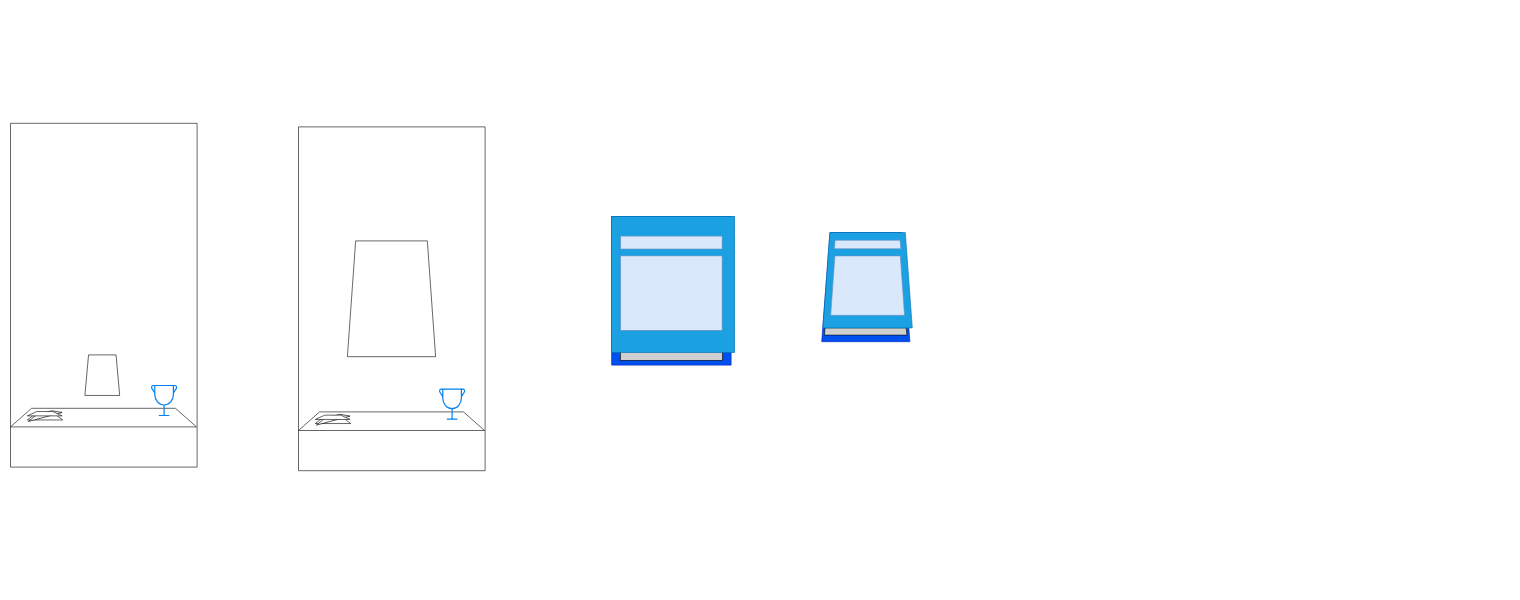
Earlier version of the draw.io diagram page "Telas(Design)" (2 of 3) of prototipo_interface.drawio (jeanarthur/app_perguntas_educacionais). Source tidied: cells renumbered, new cells numbered last; positions are measured from the earlier drawing's top-left corner, leaving out a move shared by most shapes. Both pictures are drawn from the tidied source at 60%, with x=0, y=0 at pixel (10, 123).
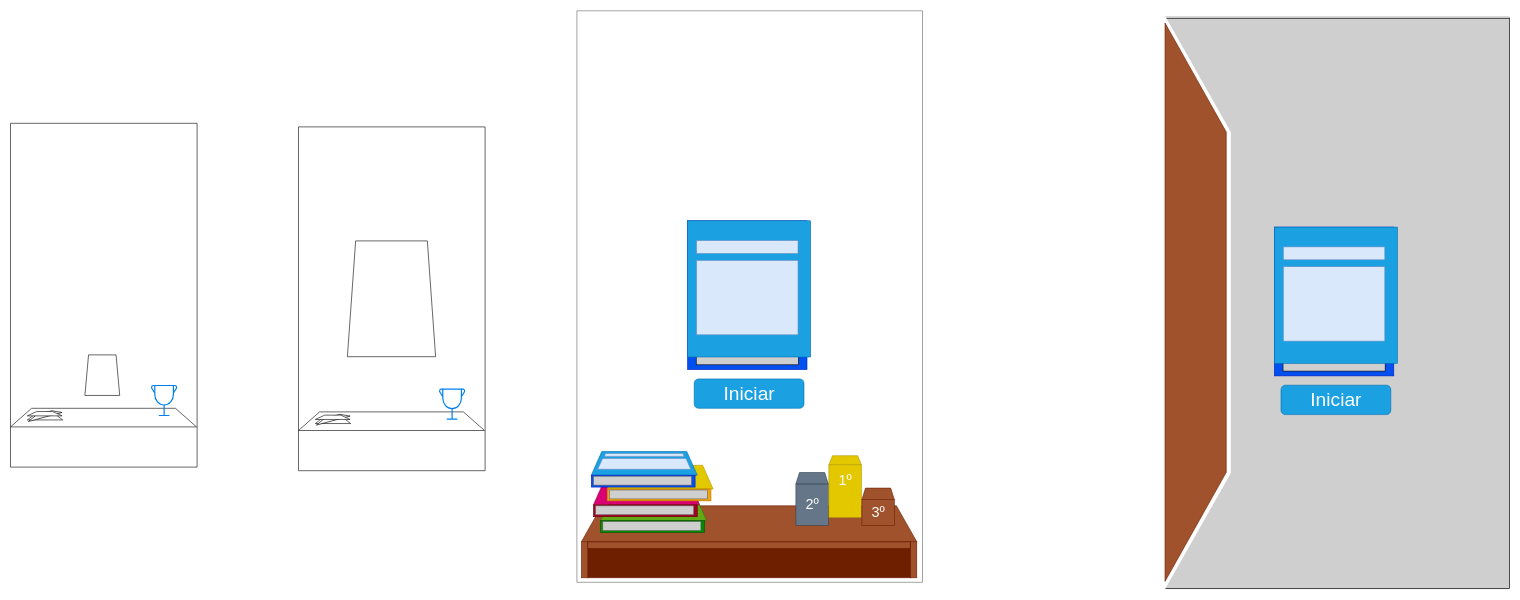
Above is the later version.

Commit message (it also covers changes not shown here):
refactor: reorganiza arquitetura do codigo

Change to the diagram source:
```diff
@@
+    <mxCell id="28" style="swimlane;startSize=0;fillColor=#CFCFCF;fontColor=#333333;strokeColor=#666666;" parent="1" vertex="1">
+      <mxGeometry x="944" y="-187.5" width="576" height="952.5" as="geometry" />
+    </mxCell>
+    <mxCell id="29" style="shape=trapezoid;perimeter=trapezoidPerimeter;whiteSpace=wrap;html=1;fixedSize=1;size=34.000000000000114;fillColor=#a0522d;fontColor=#ffffff;strokeColor=#6D1F00;" parent="28" vertex="1">
+      <mxGeometry x="7.5" y="825" width="559" height="60" as="geometry" />
+    </mxCell>
+    <mxCell id="30" style="group;" parent="28" vertex="1">
+      <mxGeometry x="24" y="734.5" width="203" height="135" as="geometry" />
+    </mxCell>
+    <mxCell id="31" style="group;" parent="30" vertex="1">
+      <mxGeometry x="15.6" y="75.7" width="176.6" height="59.3" as="geometry" />
+    </mxCell>
+    <mxCell id="32" style="shape=trapezoid;perimeter=trapezoidPerimeter;whiteSpace=wrap;html=1;fixedSize=1;size=17.50000000000017;rotation=0;fillColor=#60a917;fontColor=#ffffff;strokeColor=#2D7600;" parent="31" vertex="1">
+      <mxGeometry width="176.6" height="39.5" as="geometry" />
+    </mxCell>
+    <mxCell id="33" style="rounded=0;whiteSpace=wrap;html=1;fillColor=#008a00;fontColor=#ffffff;strokeColor=#005700;" parent="31" vertex="1">
+      <mxGeometry y="39.5" width="173" height="19.8" as="geometry" />
+    </mxCell>
+    <mxCell id="34" style="rounded=0;whiteSpace=wrap;html=1;fillColor=#CFCFCF;fontColor=#333333;strokeColor=#666666;" parent="31" vertex="1">
+      <mxGeometry x="3.6" y="41.2" width="163.4" height="14.8" as="geometry" />
+    </mxCell>
+    <mxCell id="35" style="group;" parent="30" vertex="1">
+      <mxGeometry x="3.6" y="49.4" width="176.6" height="59.3" as="geometry" />
+    </mxCell>
+    <mxCell id="36" style="shape=trapezoid;perimeter=trapezoidPerimeter;whiteSpace=wrap;html=1;fixedSize=1;size=17.50000000000017;rotation=0;fillColor=#d80073;fontColor=#ffffff;strokeColor=#A50040;" parent="35" vertex="1">
+      <mxGeometry width="176.6" height="39.5" as="geometry" />
+    </mxCell>
+    <mxCell id="37" style="rounded=0;whiteSpace=wrap;html=1;fillColor=#a20025;fontColor=#ffffff;strokeColor=#6F0000;" parent="35" vertex="1">
+      <mxGeometry y="39.5" width="173" height="19.8" as="geometry" />
+    </mxCell>
+    <mxCell id="38" style="rounded=0;whiteSpace=wrap;html=1;fillColor=#CFCFCF;fontColor=#333333;strokeColor=#666666;" parent="35" vertex="1">
+      <mxGeometry x="3.6" y="41.2" width="163.4" height="14.8" as="geometry" />
+    </mxCell>
+    <mxCell id="39" style="group;" parent="30" vertex="1">
+      <mxGeometry x="26.4" y="23" width="176.6" height="59.3" as="geometry" />
+    </mxCell>
+    <mxCell id="40" style="shape=trapezoid;perimeter=trapezoidPerimeter;whiteSpace=wrap;html=1;fixedSize=1;size=17.50000000000017;rotation=0;fillColor=#e3c800;fontColor=#000000;strokeColor=#B09500;" parent="39" vertex="1">
+      <mxGeometry width="176.6" height="39.5" as="geometry" />
+    </mxCell>
+    <mxCell id="41" style="rounded=0;whiteSpace=wrap;html=1;fillColor=#f0a30a;fontColor=#000000;strokeColor=#BD7000;" parent="39" vertex="1">
+      <mxGeometry y="39.5" width="173" height="19.8" as="geometry" />
+    </mxCell>
+    <mxCell id="42" style="rounded=0;whiteSpace=wrap;html=1;fillColor=#CFCFCF;fontColor=#333333;strokeColor=#666666;" parent="39" vertex="1">
+      <mxGeometry x="3.6" y="41.2" width="163.4" height="14.8" as="geometry" />
+    </mxCell>
+    <mxCell id="43" style="group;" parent="30" vertex="1">
+      <mxGeometry width="176.6" height="59.3" as="geometry" />
+    </mxCell>
+    <mxCell id="44" style="shape=trapezoid;perimeter=trapezoidPerimeter;whiteSpace=wrap;html=1;fixedSize=1;size=17.50000000000017;rotation=0;fillColor=#1ba1e2;fontColor=#ffffff;strokeColor=#006EAF;" parent="43" vertex="1">
+      <mxGeometry width="176.6" height="39.5" as="geometry" />
+    </mxCell>
+    <mxCell id="45" style="rounded=0;whiteSpace=wrap;html=1;fillColor=#0050ef;fontColor=#ffffff;strokeColor=#001DBC;" parent="43" vertex="1">
+      <mxGeometry y="39.5" width="173" height="19.8" as="geometry" />
+    </mxCell>
+    <mxCell id="46" style="rounded=0;whiteSpace=wrap;html=1;fillColor=#CFCFCF;fontColor=#333333;strokeColor=#666666;" parent="43" vertex="1">
+      <mxGeometry x="3.6" y="41.2" width="163.4" height="14.8" as="geometry" />
+    </mxCell>
+    <mxCell id="47" style="shape=trapezoid;perimeter=trapezoidPerimeter;whiteSpace=wrap;html=1;fixedSize=1;size=1.84523809523796;rotation=0;fillColor=#dae8fc;strokeColor=#6c8ebf;" parent="43" vertex="1">
+      <mxGeometry x="21.9" y="3.3" width="132.7" height="4.9" as="geometry" />
+    </mxCell>
+    <mxCell id="48" style="shape=trapezoid;perimeter=trapezoidPerimeter;whiteSpace=wrap;html=1;fixedSize=1;size=8.04651162790708;rotation=0;fillColor=#dae8fc;strokeColor=#6c8ebf;" parent="43" vertex="1">
+      <mxGeometry x="10.8" y="11.5" width="155" height="18.1" as="geometry" />
+    </mxCell>
+    <mxCell id="49" style="rounded=0;whiteSpace=wrap;html=1;fillColor=#6D1F00;fontColor=#ffffff;strokeColor=#6D1F00;" parent="28" vertex="1">
+      <mxGeometry x="18" y="885" width="539" height="60" as="geometry" />
+    </mxCell>
+    <mxCell id="50" style="group;" parent="28" vertex="1">
+      <mxGeometry x="184.5" y="350" width="205" height="248" as="geometry" />
+    </mxCell>
-    <mxCell id="18" style="rounded=0;whiteSpace=wrap;html=1;fillColor=#0050ef;strokeColor=#001DBC;fontColor=#ffffff;" parent="1" vertex="1">
-      <mxGeometry x="1002" y="155" width="199" height="248" as="geometry" />
+    <mxCell id="18" style="rounded=0;whiteSpace=wrap;html=1;fillColor=#0050ef;strokeColor=#001DBC;fontColor=#ffffff;" parent="50" vertex="1">
+      <mxGeometry width="199" height="248" as="geometry" />
     </mxCell>
-    <mxCell id="19" style="rounded=0;whiteSpace=wrap;html=1;fillColor=#CFCFCF;" parent="1" vertex="1">
-      <mxGeometry x="1016.4" y="380" width="170.2" height="15" as="geometry" />
+    <mxCell id="19" style="rounded=0;whiteSpace=wrap;html=1;fillColor=#CFCFCF;" parent="50" vertex="1">
+      <mxGeometry x="14.4" y="225" width="170.2" height="15" as="geometry" />
     </mxCell>
-    <mxCell id="20" style="rounded=0;whiteSpace=wrap;html=1;fillColor=#1ba1e2;strokeColor=#006EAF;fontColor=#ffffff;" parent="1" vertex="1">
-      <mxGeometry x="1002" y="155" width="205" height="227" as="geometry" />
+    <mxCell id="20" style="rounded=0;whiteSpace=wrap;html=1;fillColor=#1ba1e2;strokeColor=#006EAF;fontColor=#ffffff;" parent="50" vertex="1">
+      <mxGeometry width="205" height="227" as="geometry" />
     </mxCell>
-    <mxCell id="21" style="rounded=0;whiteSpace=wrap;html=1;fillColor=#dae8fc;strokeColor=#6c8ebf;" parent="1" vertex="1">
-      <mxGeometry x="1017" y="188" width="169" height="21.5" as="geometry" />
+    <mxCell id="21" style="rounded=0;whiteSpace=wrap;html=1;fillColor=#dae8fc;strokeColor=#6c8ebf;" parent="50" vertex="1">
+      <mxGeometry x="15" y="33" width="169" height="21.5" as="geometry" />
     </mxCell>
-    <mxCell id="22" style="rounded=0;whiteSpace=wrap;html=1;fillColor=#dae8fc;strokeColor=#6c8ebf;" parent="1" vertex="1">
-      <mxGeometry x="1017" y="221" width="169" height="124" as="geometry" />
+    <mxCell id="22" style="rounded=0;whiteSpace=wrap;html=1;fillColor=#dae8fc;strokeColor=#6c8ebf;" parent="50" vertex="1">
+      <mxGeometry x="15" y="66" width="169" height="124" as="geometry" />
     </mxCell>
-    <mxCell id="23" style="shape=trapezoid;perimeter=trapezoidPerimeter;whiteSpace=wrap;html=1;fixedSize=1;size=13.736842105263463;rotation=0;fillColor=#0050ef;fontColor=#ffffff;strokeColor=#001DBC;" parent="1" vertex="1">
-      <mxGeometry x="1352" y="182" width="147" height="182" as="geometry" />
-    </mxCell>
-    <mxCell id="24" style="shape=trapezoid;perimeter=trapezoidPerimeter;whiteSpace=wrap;html=1;fixedSize=1;size=1.1000000000001364;rotation=0;fillColor=#CFCFCF;" parent="1" vertex="1">
-      <mxGeometry x="1356.5" y="341" width="137.5" height="12" as="geometry" />
-    </mxCell>
-    <mxCell id="25" style="shape=trapezoid;perimeter=trapezoidPerimeter;whiteSpace=wrap;html=1;fixedSize=1;size=11.655172413793707;rotation=0;fillColor=#1ba1e2;fontColor=#ffffff;strokeColor=#006EAF;" parent="1" vertex="1">
-      <mxGeometry x="1354" y="182" width="149" height="159" as="geometry" />
-    </mxCell>
-    <mxCell id="26" style="shape=trapezoid;perimeter=trapezoidPerimeter;whiteSpace=wrap;html=1;fixedSize=1;size=1.1000000000001364;rotation=0;fillColor=#dae8fc;strokeColor=#6c8ebf;" parent="1" vertex="1">
-      <mxGeometry x="1373.2" y="195" width="110.5" height="14" as="geometry" />
-    </mxCell>
-    <mxCell id="27" style="shape=trapezoid;perimeter=trapezoidPerimeter;whiteSpace=wrap;html=1;fixedSize=1;size=7;rotation=0;fillColor=#dae8fc;strokeColor=#6c8ebf;" parent="1" vertex="1">
-      <mxGeometry x="1367" y="221" width="123" height="99" as="geometry" />
-    </mxCell>
+    <mxCell id="51" style="group;" parent="28" vertex="1">
+      <mxGeometry x="365" y="741.5" width="164" height="116" as="geometry" />
+    </mxCell>
+    <mxCell id="52" style="rounded=0;whiteSpace=wrap;html=1;fillColor=#647687;fontColor=#ffffff;strokeColor=#314354;" parent="51" vertex="1">
+      <mxGeometry y="47" width="54" height="69" as="geometry" />
+    </mxCell>
+    <mxCell id="53" style="rounded=0;whiteSpace=wrap;html=1;fillColor=#e3c800;fontColor=#000000;strokeColor=#B09500;" parent="51" vertex="1">
+      <mxGeometry x="55" y="15" width="54" height="88" as="geometry" />
+    </mxCell>
+    <mxCell id="54" style="rounded=0;whiteSpace=wrap;html=1;fillColor=#a0522d;fontColor=#ffffff;strokeColor=#6D1F00;" parent="51" vertex="1">
+      <mxGeometry x="110" y="73" width="54" height="43" as="geometry" />
+    </mxCell>
+    <mxCell id="55" style="shape=trapezoid;perimeter=trapezoidPerimeter;whiteSpace=wrap;html=1;fixedSize=1;size=6.000000000000227;fillColor=#647687;fontColor=#ffffff;strokeColor=#314354;" parent="51" vertex="1">
+      <mxGeometry y="28" width="54" height="19" as="geometry" />
+    </mxCell>
+    <mxCell id="56" style="shape=trapezoid;perimeter=trapezoidPerimeter;whiteSpace=wrap;html=1;fixedSize=1;size=6.000000000000227;fillColor=#e3c800;fontColor=#000000;strokeColor=#B09500;" parent="51" vertex="1">
+      <mxGeometry x="55" width="54" height="15" as="geometry" />
+    </mxCell>
+    <mxCell id="57" style="shape=trapezoid;perimeter=trapezoidPerimeter;whiteSpace=wrap;html=1;fixedSize=1;size=6.000000000000227;fillColor=#a0522d;fontColor=#ffffff;strokeColor=#6D1F00;" parent="51" vertex="1">
+      <mxGeometry x="110" y="54" width="54" height="19" as="geometry" />
+    </mxCell>
+    <mxCell id="58" value="1º" style="text;html=1;align=center;verticalAlign=middle;strokeColor=none;fillColor=none;fontSize=24;fontColor=#FFFFFF;" parent="51" vertex="1">
+      <mxGeometry x="62" y="20" width="40" height="41" as="geometry" />
+    </mxCell>
+    <mxCell id="59" value="2º" style="text;html=1;align=center;verticalAlign=middle;strokeColor=none;fillColor=none;fontSize=24;fontColor=#FFFFFF;" parent="51" vertex="1">
+      <mxGeometry x="7" y="61" width="40" height="41" as="geometry" />
+    </mxCell>
+    <mxCell id="60" value="3º" style="text;html=1;align=center;verticalAlign=middle;strokeColor=none;fillColor=none;fontSize=24;fontColor=#FFFFFF;" parent="51" vertex="1">
+      <mxGeometry x="117" y="74" width="40" height="41" as="geometry" />
+    </mxCell>
+    <mxCell id="61" value="Iniciar" style="rounded=1;whiteSpace=wrap;html=1;fillColor=#1ba1e2;fontColor=#ffffff;strokeColor=#006EAF;fontSize=32;" parent="28" vertex="1">
+      <mxGeometry x="195.5" y="613.5" width="183" height="49" as="geometry" />
+    </mxCell>
+    <mxCell id="62" style="rounded=0;whiteSpace=wrap;html=1;fillColor=#a0522d;fontColor=#ffffff;strokeColor=#6D1F00;" parent="28" vertex="1">
+      <mxGeometry x="7.5" y="885" width="10.5" height="60" as="geometry" />
+    </mxCell>
+    <mxCell id="63" style="rounded=0;whiteSpace=wrap;html=1;fillColor=#a0522d;fontColor=#ffffff;strokeColor=#6D1F00;" parent="28" vertex="1">
+      <mxGeometry x="556" y="885" width="10.5" height="60" as="geometry" />
+    </mxCell>
+    <mxCell id="64" style="rounded=0;whiteSpace=wrap;html=1;fillColor=#a0522d;fontColor=#ffffff;strokeColor=#6D1F00;rotation=90;" parent="28" vertex="1">
+      <mxGeometry x="281.6" y="621.9" width="10.5" height="537.2" as="geometry" />
+    </mxCell>
+    <mxCell id="65" style="swimlane;startSize=0;fillColor=#000000;fontColor=#333333;strokeColor=#666666;" parent="1" vertex="1">
+      <mxGeometry x="1922" y="-177" width="576" height="952.5" as="geometry" />
+    </mxCell>
+    <mxCell id="66" style="rounded=0;whiteSpace=wrap;html=1;fillColor=#CFCFCF;" parent="65" vertex="1">
+      <mxGeometry y="2" width="576" height="950" as="geometry" />
+    </mxCell>
+    <mxCell id="67" style="group;" parent="65" vertex="1">
+      <mxGeometry x="184.5" y="350" width="205" height="248" as="geometry" />
+    </mxCell>
+    <mxCell id="68" style="rounded=0;whiteSpace=wrap;html=1;fillColor=#0050ef;strokeColor=#001DBC;fontColor=#ffffff;" parent="67" vertex="1">
+      <mxGeometry width="199" height="248" as="geometry" />
+    </mxCell>
+    <mxCell id="69" style="rounded=0;whiteSpace=wrap;html=1;fillColor=#CFCFCF;" parent="67" vertex="1">
+      <mxGeometry x="14.4" y="225" width="170.2" height="15" as="geometry" />
+    </mxCell>
+    <mxCell id="70" style="rounded=0;whiteSpace=wrap;html=1;fillColor=#1ba1e2;strokeColor=#006EAF;fontColor=#ffffff;" parent="67" vertex="1">
+      <mxGeometry width="205" height="227" as="geometry" />
+    </mxCell>
+    <mxCell id="71" style="rounded=0;whiteSpace=wrap;html=1;fillColor=#dae8fc;strokeColor=#6c8ebf;" parent="67" vertex="1">
+      <mxGeometry x="15" y="33" width="169" height="21.5" as="geometry" />
+    </mxCell>
+    <mxCell id="72" style="rounded=0;whiteSpace=wrap;html=1;fillColor=#dae8fc;strokeColor=#6c8ebf;" parent="67" vertex="1">
+      <mxGeometry x="15" y="66" width="169" height="124" as="geometry" />
+    </mxCell>
+    <mxCell id="73" value="Iniciar" style="rounded=1;whiteSpace=wrap;html=1;fillColor=#1ba1e2;fontColor=#ffffff;strokeColor=#006EAF;fontSize=32;" parent="65" vertex="1">
+      <mxGeometry x="195.5" y="613.5" width="183" height="49" as="geometry" />
+    </mxCell>
+    <mxCell id="74" style="shape=trapezoid;perimeter=trapezoidPerimeter;whiteSpace=wrap;html=1;fixedSize=1;rotation=90;size=191.9949999999999;strokeWidth=6;strokeColor=#FFFFFF;" parent="65" vertex="1">
+      <mxGeometry x="-421.1" y="421.3" width="951.1" height="108.8" as="geometry" />
+    </mxCell>
+    <mxCell id="75" style="shape=trapezoid;perimeter=trapezoidPerimeter;whiteSpace=wrap;html=1;fixedSize=1;rotation=90;size=181.89068965517254;strokeWidth=1;strokeColor=#6D1F00;fillColor=#a0522d;fontColor=#ffffff;" parent="65" vertex="1">
+      <mxGeometry x="-412.2" y="424.1" width="930.8" height="102.1" as="geometry" />
+    </mxCell>
```
